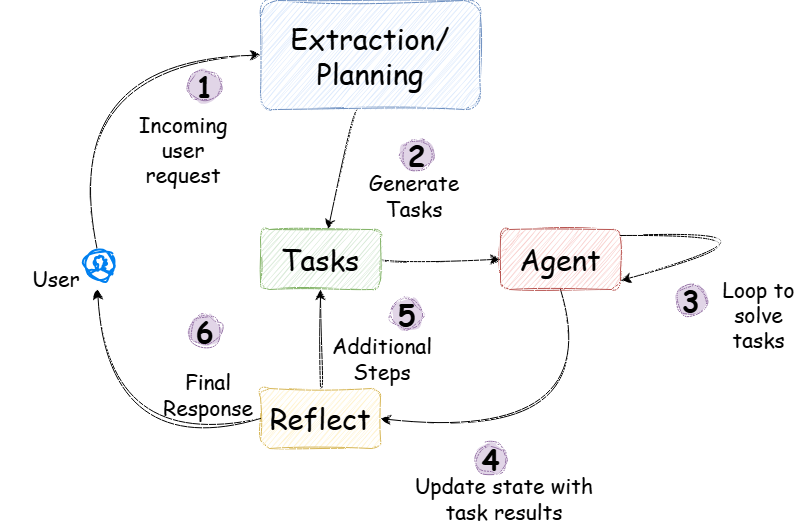
shilpathota/FlowCharts keeps this draw.io diagram as agents.drawio.png. Above is the earlier version. Source tidied: cells renumbered, new cells last; positions are measured from the earlier drawing's top-left corner, leaving out a move shared by most shapes. The source it was exported from:
```xml
<mxGraphModel>
  <root>
    <mxCell id="0" />
    <mxCell id="1" parent="0" />
    <mxCell id="2" style="edgeStyle=none;curved=1;rounded=0;jettySize=auto;html=1;fontSize=29;startSize=8;endSize=8;fontFamily=Comic Sans MS;sketch=1;curveFitting=1;jiggle=2;" parent="1" edge="1" source="3" target="5">
      <mxGeometry relative="1" as="geometry" />
    </mxCell>
    <mxCell id="3" value="Extraction/ Planning" style="rounded=1;whiteSpace=wrap;html=1;fontSize=29;fontFamily=Comic Sans MS;sketch=1;curveFitting=1;jiggle=2;fillColor=#dae8fc;strokeColor=#6c8ebf;" parent="1" vertex="1">
      <mxGeometry x="260" width="220" height="109" as="geometry" />
    </mxCell>
    <mxCell id="4" style="edgeStyle=none;curved=1;rounded=0;jettySize=auto;html=1;fontSize=29;startSize=8;endSize=8;fontFamily=Comic Sans MS;sketch=1;curveFitting=1;jiggle=2;" parent="1" edge="1" source="5" target="7">
      <mxGeometry relative="1" as="geometry" />
    </mxCell>
    <mxCell id="5" value="Tasks" style="rounded=1;whiteSpace=wrap;html=1;fontSize=29;fontFamily=Comic Sans MS;sketch=1;curveFitting=1;jiggle=2;fillColor=#d5e8d4;strokeColor=#82b366;" parent="1" vertex="1">
      <mxGeometry x="260" y="229" width="120" height="60" as="geometry" />
    </mxCell>
    <mxCell id="6" style="edgeStyle=none;curved=1;rounded=0;jettySize=auto;html=1;exitX=0.5;exitY=1;exitDx=0;exitDy=0;entryX=1;entryY=0.5;entryDx=0;entryDy=0;fontSize=29;startSize=8;endSize=8;fontFamily=Comic Sans MS;sketch=1;curveFitting=1;jiggle=2;" parent="1" edge="1" source="7" target="9">
      <mxGeometry relative="1" as="geometry">
        <Array as="points">
          <mxPoint x="605" y="445" />
        </Array>
      </mxGeometry>
    </mxCell>
    <mxCell id="7" value="Agent" style="rounded=1;whiteSpace=wrap;html=1;fontSize=29;fontFamily=Comic Sans MS;sketch=1;curveFitting=1;jiggle=2;fillColor=#f8cecc;strokeColor=#b85450;" parent="1" vertex="1">
      <mxGeometry x="500" y="229" width="120" height="60" as="geometry" />
    </mxCell>
    <mxCell id="8" style="edgeStyle=none;curved=1;rounded=0;jettySize=auto;html=1;exitX=0.5;exitY=0;exitDx=0;exitDy=0;entryX=0.5;entryY=1;entryDx=0;entryDy=0;fontSize=29;startSize=8;endSize=8;fontFamily=Comic Sans MS;sketch=1;curveFitting=1;jiggle=2;" parent="1" edge="1" source="9" target="5">
      <mxGeometry relative="1" as="geometry" />
    </mxCell>
    <mxCell id="9" value="Reflect" style="rounded=1;whiteSpace=wrap;html=1;fontSize=29;fontFamily=Comic Sans MS;sketch=1;curveFitting=1;jiggle=2;fillColor=#fff2cc;strokeColor=#d6b656;" parent="1" vertex="1">
      <mxGeometry x="260" y="388" width="120" height="60" as="geometry" />
    </mxCell>
    <mxCell id="10" style="edgeStyle=none;curved=1;rounded=0;jettySize=auto;html=1;entryX=0;entryY=0.5;entryDx=0;entryDy=0;fontSize=29;startSize=8;endSize=8;fontFamily=Comic Sans MS;sketch=1;curveFitting=1;jiggle=2;" parent="1" edge="1" source="11" target="3">
      <mxGeometry relative="1" as="geometry">
        <Array as="points">
          <mxPoint x="58" y="62" />
        </Array>
      </mxGeometry>
    </mxCell>
    <mxCell id="11" style="html=1;verticalLabelPosition=bottom;align=center;labelBackgroundColor=#ffffff;verticalAlign=top;strokeWidth=2;strokeColor=#0080F0;shadow=0;dashed=0;shape=mxgraph.ios7.icons.user;fontSize=29;fontFamily=Comic Sans MS;sketch=1;curveFitting=1;jiggle=2;" parent="1" vertex="1">
      <mxGeometry x="85" y="250" width="30" height="30" as="geometry" />
    </mxCell>
    <mxCell id="12" style="edgeStyle=none;curved=1;rounded=0;jettySize=auto;html=1;exitX=0;exitY=0.5;exitDx=0;exitDy=0;entryX=0.396;entryY=1.289;entryDx=0;entryDy=0;entryPerimeter=0;fontSize=29;startSize=8;endSize=8;fontFamily=Comic Sans MS;sketch=1;curveFitting=1;jiggle=2;" parent="1" edge="1" source="9" target="11">
      <mxGeometry relative="1" as="geometry">
        <Array as="points">
          <mxPoint x="110" y="456" />
        </Array>
      </mxGeometry>
    </mxCell>
    <mxCell id="13" value="Incoming user request" style="text;html=1;whiteSpace=wrap;strokeColor=none;fillColor=none;align=center;verticalAlign=middle;rounded=0;fontSize=21;fontFamily=Comic Sans MS;sketch=1;curveFitting=1;jiggle=2;" parent="1" vertex="1">
      <mxGeometry x="127" y="134" width="112" height="30" as="geometry" />
    </mxCell>
    <mxCell id="14" value="1" style="ellipse;whiteSpace=wrap;html=1;fontStyle=1;fontSize=29;fontFamily=Comic Sans MS;sketch=1;curveFitting=1;jiggle=2;fillStyle=solid;fillColor=#e1d5e7;strokeColor=#9673a6;" parent="1" vertex="1">
      <mxGeometry x="189" y="70" width="31" height="31" as="geometry" />
    </mxCell>
    <mxCell id="15" value="Generate Tasks" style="text;html=1;whiteSpace=wrap;strokeColor=none;fillColor=none;align=center;verticalAlign=middle;rounded=0;fontSize=21;fontFamily=Comic Sans MS;sketch=1;curveFitting=1;jiggle=2;" parent="1" vertex="1">
      <mxGeometry x="358" y="180" width="112" height="30" as="geometry" />
    </mxCell>
    <mxCell id="16" style="edgeStyle=none;curved=1;rounded=0;orthogonalLoop=1;jettySize=auto;html=1;exitX=1;exitY=0.25;exitDx=0;exitDy=0;entryX=1;entryY=1;entryDx=0;entryDy=0;fontSize=29;startSize=8;endSize=8;fontFamily=Comic Sans MS;sketch=1;curveFitting=1;jiggle=2;" parent="1" edge="1">
      <mxGeometry relative="1" as="geometry">
        <mxPoint x="620" y="235" as="sourcePoint" />
        <mxPoint x="620" y="280" as="targetPoint" />
        <Array as="points">
          <mxPoint x="816" y="227" />
        </Array>
      </mxGeometry>
    </mxCell>
    <mxCell id="17" value="Loop to solve tasks" style="text;html=1;whiteSpace=wrap;strokeColor=none;fillColor=none;align=center;verticalAlign=middle;rounded=0;fontSize=21;fontFamily=Comic Sans MS;sketch=1;curveFitting=1;jiggle=2;" parent="1" vertex="1">
      <mxGeometry x="713" y="299" width="91" height="30" as="geometry" />
    </mxCell>
    <mxCell id="18" value="Update state with task results" style="text;html=1;whiteSpace=wrap;strokeColor=none;fillColor=none;align=center;verticalAlign=middle;rounded=0;fontSize=21;fontFamily=Comic Sans MS;sketch=1;curveFitting=1;jiggle=2;" parent="1" vertex="1">
      <mxGeometry x="406" y="483" width="196" height="30" as="geometry" />
    </mxCell>
    <mxCell id="19" value="Additional Steps" style="text;html=1;whiteSpace=wrap;strokeColor=none;fillColor=none;align=center;verticalAlign=middle;rounded=0;fontSize=21;fontFamily=Comic Sans MS;sketch=1;curveFitting=1;jiggle=2;" parent="1" vertex="1">
      <mxGeometry x="326" y="343" width="112" height="30" as="geometry" />
    </mxCell>
    <mxCell id="20" value="Final Response" style="text;html=1;whiteSpace=wrap;strokeColor=none;fillColor=none;align=center;verticalAlign=middle;rounded=0;fontSize=21;fontFamily=Comic Sans MS;sketch=1;curveFitting=1;jiggle=2;" parent="1" vertex="1">
      <mxGeometry x="152" y="379" width="112" height="30" as="geometry" />
    </mxCell>
    <mxCell id="21" value="2" style="ellipse;whiteSpace=wrap;html=1;fontStyle=1;fontSize=29;fontFamily=Comic Sans MS;sketch=1;curveFitting=1;jiggle=2;fillStyle=solid;fillColor=#e1d5e7;strokeColor=#9673a6;" parent="1" vertex="1">
      <mxGeometry x="401" y="139" width="31" height="31" as="geometry" />
    </mxCell>
    <mxCell id="22" value="3" style="ellipse;whiteSpace=wrap;html=1;fontStyle=1;fontSize=29;fontFamily=Comic Sans MS;sketch=1;curveFitting=1;jiggle=2;fillStyle=solid;fillColor=#e1d5e7;strokeColor=#9673a6;" parent="1" vertex="1">
      <mxGeometry x="675" y="284" width="31" height="31" as="geometry" />
    </mxCell>
    <mxCell id="23" value="4" style="ellipse;whiteSpace=wrap;html=1;fontStyle=1;fontSize=29;fontFamily=Comic Sans MS;sketch=1;curveFitting=1;jiggle=2;fillStyle=solid;fillColor=#e1d5e7;strokeColor=#9673a6;" parent="1" vertex="1">
      <mxGeometry x="475" y="443" width="31" height="31" as="geometry" />
    </mxCell>
    <mxCell id="24" value="5" style="ellipse;whiteSpace=wrap;html=1;fontStyle=1;fontSize=29;fontFamily=Comic Sans MS;sketch=1;curveFitting=1;jiggle=2;fillStyle=solid;fillColor=#e1d5e7;strokeColor=#9673a6;" parent="1" vertex="1">
      <mxGeometry x="391" y="298" width="31" height="31" as="geometry" />
    </mxCell>
    <mxCell id="25" value="6" style="ellipse;whiteSpace=wrap;html=1;fontStyle=1;fontSize=29;fontFamily=Comic Sans MS;sketch=1;curveFitting=1;jiggle=2;fillStyle=solid;fillColor=#e1d5e7;strokeColor=#9673a6;" parent="1" vertex="1">
      <mxGeometry x="189" y="315" width="31" height="31" as="geometry" />
    </mxCell>
    <mxCell id="26" value="User" style="text;html=1;whiteSpace=wrap;strokeColor=none;fillColor=none;align=center;verticalAlign=middle;rounded=0;fontSize=21;fontFamily=Comic Sans MS;sketch=1;curveFitting=1;jiggle=2;" parent="1" vertex="1">
      <mxGeometry y="263" width="112" height="30" as="geometry" />
    </mxCell>
  </root>
</mxGraphModel>
```
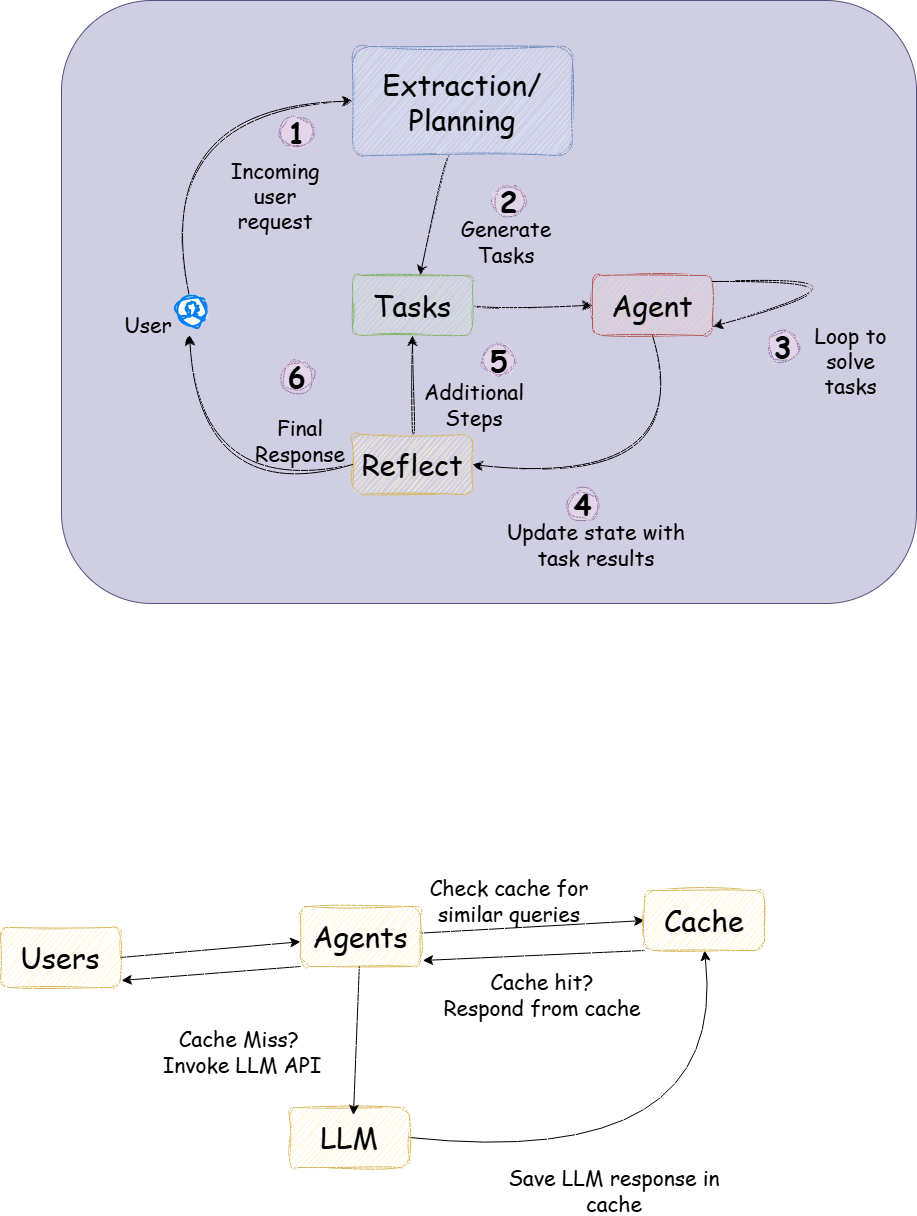
Later version of the same file.

What changed in the source:
```diff
@@ -2,6 +2,9 @@
   <root>
     <mxCell id="0" />
     <mxCell id="1" parent="0" />
+    <mxCell id="27" style="rounded=1;whiteSpace=wrap;html=1;fillColor=#d0cee2;strokeColor=#56517e;" parent="1" vertex="1">
+      <mxGeometry x="-31" y="-46" width="855" height="603" as="geometry" />
+    </mxCell>
     <mxCell id="2" style="edgeStyle=none;curved=1;rounded=0;jettySize=auto;html=1;fontSize=29;startSize=8;endSize=8;fontFamily=Comic Sans MS;sketch=1;curveFitting=1;jiggle=2;" parent="1" edge="1" source="3" target="5">
       <mxGeometry relative="1" as="geometry" />
     </mxCell>
@@ -95,5 +98,51 @@
     <mxCell id="26" value="User" style="text;html=1;whiteSpace=wrap;strokeColor=none;fillColor=none;align=center;verticalAlign=middle;rounded=0;fontSize=21;fontFamily=Comic Sans MS;sketch=1;curveFitting=1;jiggle=2;" parent="1" vertex="1">
       <mxGeometry y="263" width="112" height="30" as="geometry" />
     </mxCell>
+    <mxCell id="28" style="edgeStyle=none;curved=1;rounded=0;jettySize=auto;html=1;entryX=0;entryY=0.5;entryDx=0;entryDy=0;fontSize=12;startSize=8;endSize=8;" parent="1" edge="1" source="29" target="37">
+      <mxGeometry relative="1" as="geometry" />
+    </mxCell>
+    <mxCell id="29" value="Agents" style="rounded=1;whiteSpace=wrap;html=1;fontSize=29;fontFamily=Comic Sans MS;sketch=1;curveFitting=1;jiggle=2;fillColor=#fff2cc;strokeColor=#d6b656;" parent="1" vertex="1">
+      <mxGeometry x="208" y="860" width="120" height="60" as="geometry" />
+    </mxCell>
+    <mxCell id="30" style="edgeStyle=none;curved=1;rounded=0;jettySize=auto;html=1;exitX=1;exitY=0.5;exitDx=0;exitDy=0;fontSize=12;startSize=8;endSize=8;" parent="1" edge="1" source="31" target="29">
+      <mxGeometry relative="1" as="geometry" />
+    </mxCell>
+    <mxCell id="31" value="Users" style="rounded=1;whiteSpace=wrap;html=1;fontSize=29;fontFamily=Comic Sans MS;sketch=1;curveFitting=1;jiggle=2;fillColor=#fff2cc;strokeColor=#d6b656;" parent="1" vertex="1">
+      <mxGeometry x="-92" y="881" width="120" height="60" as="geometry" />
+    </mxCell>
+    <mxCell id="32" style="edgeStyle=none;curved=1;rounded=0;jettySize=auto;html=1;exitX=0;exitY=1;exitDx=0;exitDy=0;entryX=1.008;entryY=0.883;entryDx=0;entryDy=0;entryPerimeter=0;fontSize=12;startSize=8;endSize=8;" parent="1" edge="1" source="29" target="31">
+      <mxGeometry relative="1" as="geometry" />
+    </mxCell>
+    <mxCell id="33" style="edgeStyle=none;curved=1;rounded=0;jettySize=auto;html=1;exitX=1;exitY=0.5;exitDx=0;exitDy=0;entryX=0.5;entryY=1;entryDx=0;entryDy=0;fontSize=12;startSize=8;endSize=8;" parent="1" edge="1" source="34" target="37">
+      <mxGeometry relative="1" as="geometry">
+        <Array as="points">
+          <mxPoint x="637" y="1125" />
+        </Array>
+      </mxGeometry>
+    </mxCell>
+    <mxCell id="34" value="LLM" style="rounded=1;whiteSpace=wrap;html=1;fontSize=29;fontFamily=Comic Sans MS;sketch=1;curveFitting=1;jiggle=2;fillColor=#fff2cc;strokeColor=#d6b656;" parent="1" vertex="1">
+      <mxGeometry x="197" y="1061" width="120" height="60" as="geometry" />
+    </mxCell>
+    <mxCell id="35" style="edgeStyle=none;curved=1;rounded=0;jettySize=auto;html=1;entryX=0.533;entryY=0.128;entryDx=0;entryDy=0;entryPerimeter=0;fontSize=12;startSize=8;endSize=8;" parent="1" edge="1" source="29" target="34">
+      <mxGeometry relative="1" as="geometry" />
+    </mxCell>
+    <mxCell id="36" value="Cache Miss?&amp;nbsp;&lt;div&gt;Invoke LLM API&lt;/div&gt;" style="text;html=1;whiteSpace=wrap;strokeColor=none;fillColor=none;align=center;verticalAlign=middle;rounded=0;fontSize=21;fontFamily=Comic Sans MS;sketch=1;curveFitting=1;jiggle=2;" parent="1" vertex="1">
+      <mxGeometry x="40" y="990" width="220" height="30" as="geometry" />
+    </mxCell>
+    <mxCell id="37" value="Cache" style="rounded=1;whiteSpace=wrap;html=1;fontSize=29;fontFamily=Comic Sans MS;sketch=1;curveFitting=1;jiggle=2;fillColor=#fff2cc;strokeColor=#d6b656;" parent="1" vertex="1">
+      <mxGeometry x="552" y="844" width="120" height="60" as="geometry" />
+    </mxCell>
+    <mxCell id="38" value="Check cache for similar queries" style="text;html=1;whiteSpace=wrap;strokeColor=none;fillColor=none;align=center;verticalAlign=middle;rounded=0;fontSize=21;fontFamily=Comic Sans MS;sketch=1;curveFitting=1;jiggle=2;" parent="1" vertex="1">
+      <mxGeometry x="306.5" y="839" width="220" height="30" as="geometry" />
+    </mxCell>
+    <mxCell id="39" style="edgeStyle=none;curved=1;rounded=0;jettySize=auto;html=1;exitX=0;exitY=1;exitDx=0;exitDy=0;entryX=1.019;entryY=0.9;entryDx=0;entryDy=0;entryPerimeter=0;fontSize=12;startSize=8;endSize=8;" parent="1" edge="1" source="37" target="29">
+      <mxGeometry relative="1" as="geometry" />
+    </mxCell>
+    <mxCell id="40" value="Cache hit?&lt;div&gt;Respond from cache&lt;/div&gt;" style="text;html=1;whiteSpace=wrap;strokeColor=none;fillColor=none;align=center;verticalAlign=middle;rounded=0;fontSize=21;fontFamily=Comic Sans MS;sketch=1;curveFitting=1;jiggle=2;" parent="1" vertex="1">
+      <mxGeometry x="340" y="933" width="220" height="30" as="geometry" />
+    </mxCell>
+    <mxCell id="41" value="Save LLM response in cache" style="text;html=1;whiteSpace=wrap;strokeColor=none;fillColor=none;align=center;verticalAlign=middle;rounded=0;fontSize=21;fontFamily=Comic Sans MS;sketch=1;curveFitting=1;jiggle=2;" parent="1" vertex="1">
+      <mxGeometry x="412" y="1129" width="220" height="30" as="geometry" />
+    </mxCell>
   </root>
 </mxGraphModel>
```
